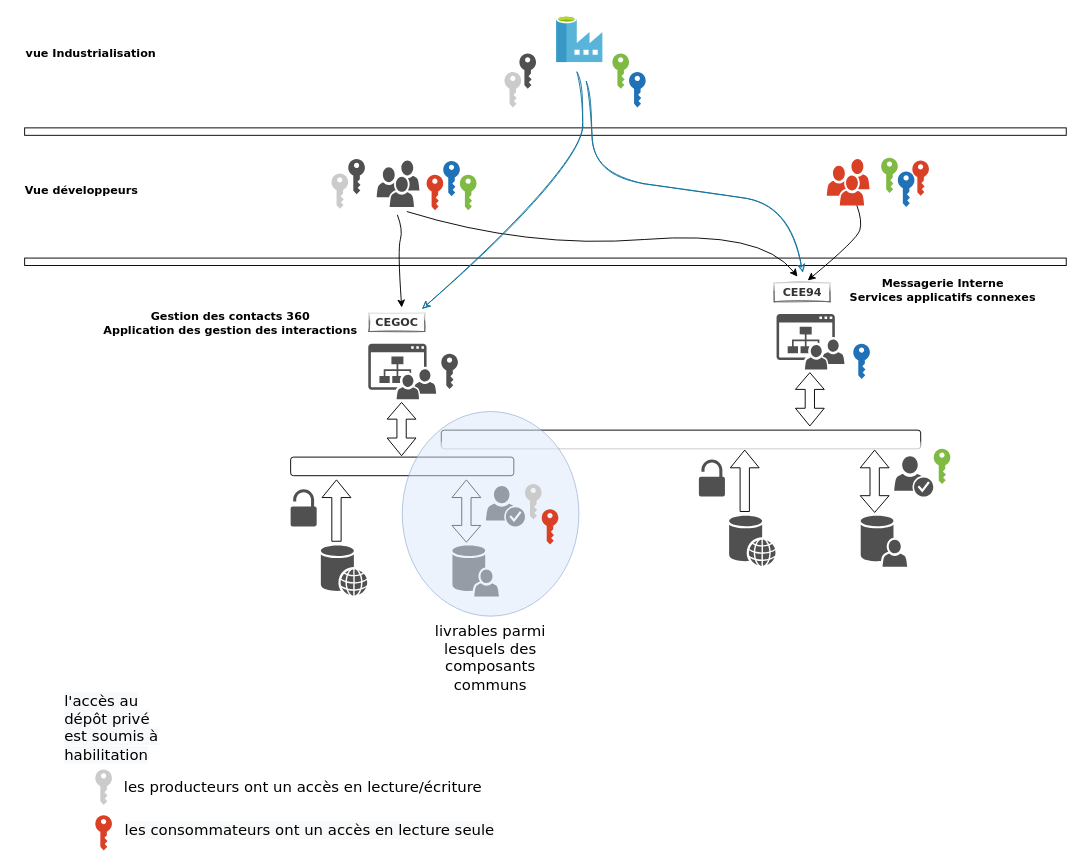
This is page "cia_arti_uld" (2 of 2) of cia_artifactory_diagram.drawio from jmrablat/diagrams, a draw.io file, before an edit. Source tidied: cells renumbered, new cells numbered last; positions are measured from the earlier drawing's top-left corner, leaving out a move shared by most shapes. Both pictures are drawn from the tidied source at 93%, with x=0, y=0 at pixel (16, 16).
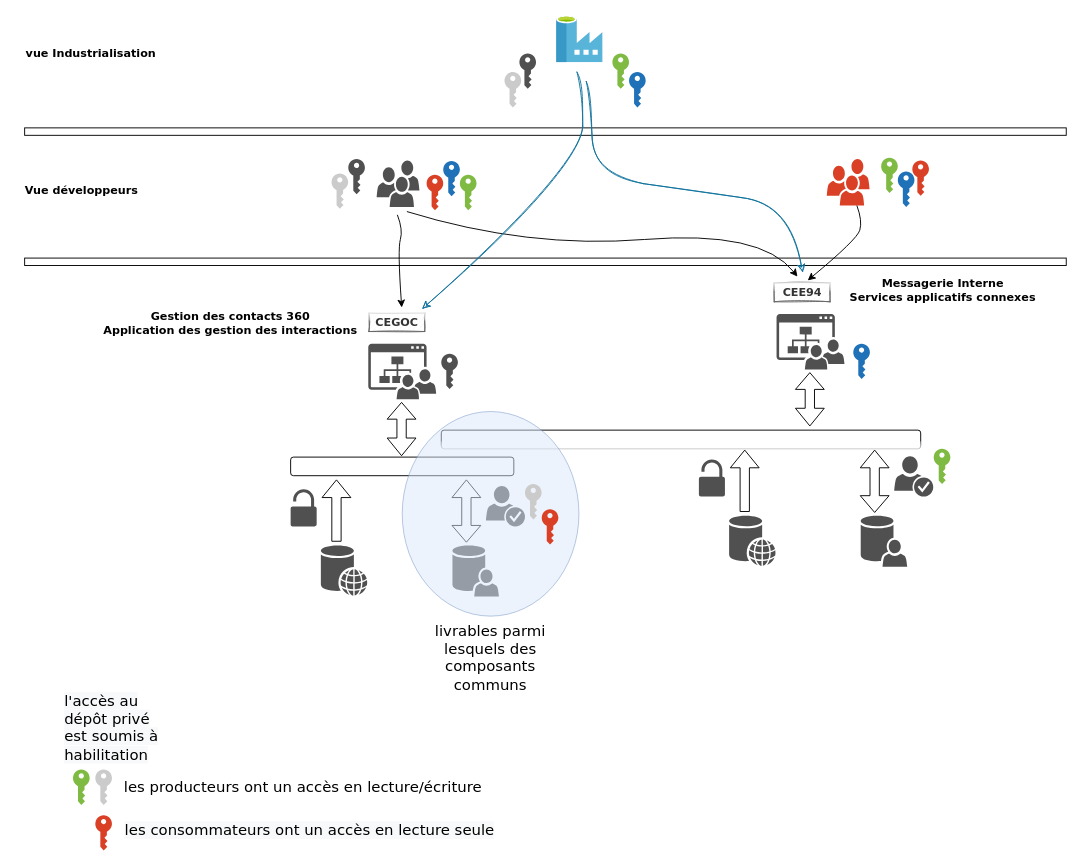
Above is the later version.

Commit message:
ajout cle producteur

Diff of the diagram source:
```diff
@@
+    <mxCell id="60" style="shadow=0;dashed=0;html=1;strokeColor=none;labelPosition=center;verticalLabelPosition=bottom;verticalAlign=top;align=center;shape=mxgraph.office.security.key_permissions;fillColor=#7FBA42;rounded=0;glass=1;sketch=0;fontFamily=Verdana;fontSize=16;fontColor=#000000;" parent="1" vertex="1">
+      <mxGeometry x="61" y="810" width="17.9" height="38" as="geometry" />
+    </mxCell>
```
